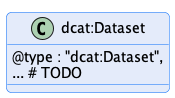
Before: catalog/message/diagram/dataset.png, a diagram exported from PlantUML (International-Data-Spaces-Association/ids-specification).
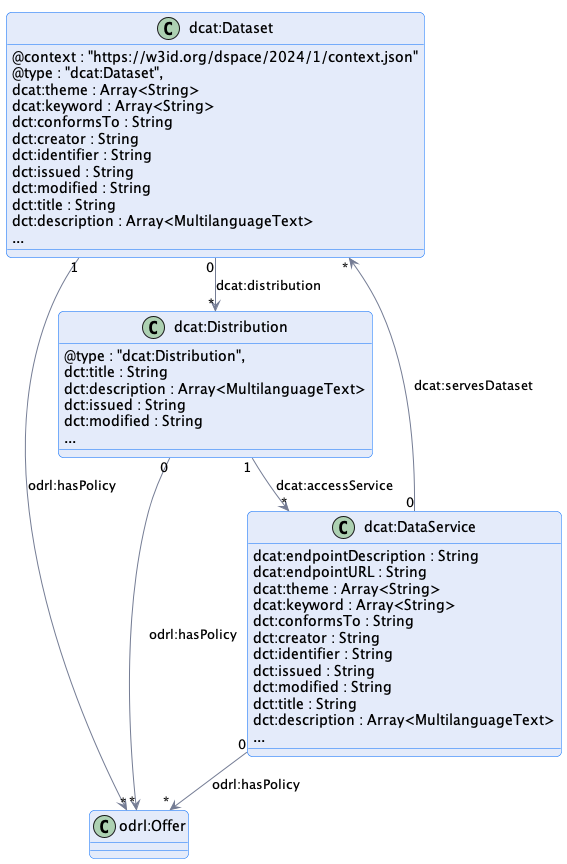
After the change.

Diff of the diagram source:
```diff
@@ -5,10 +5,56 @@
 
 hide empty description
 
-
 class dcat:Dataset {
+    @context : "https://w3id.org/dspace/2024/1/context.json"
     @type : "dcat:Dataset",
-    ... # TODO
+    dcat:theme : Array<String>
+    dcat:keyword : Array<String>
+    dct:conformsTo : String
+    dct:creator : String
+    dct:identifier : String
+    dct:issued : String
+    dct:modified : String
+    dct:title : String
+    dct:description : Array<MultilanguageText>
+    ...
 }
 
+class dcat:Distribution {
+    @type : "dcat:Distribution",
+    dct:title : String
+    dct:description : Array<MultilanguageText>
+    dct:issued : String
+    dct:modified : String
+    ...
+}
+
+"dcat:Distribution" "0" --> "*" "odrl:Offer" : "odrl:hasPolicy"
+
+"dcat:Distribution" "1" --> "*" "dcat:DataService" : "dcat:accessService"
+
+"dcat:Dataset" "1" --> "*" "odrl:Offer" : "odrl:hasPolicy"
+
+"dcat:Dataset" "0" --> "*" "dcat:Distribution" : "dcat:distribution"
+
+
+class dcat:DataService {
+    dcat:endpointDescription : String
+    dcat:endpointURL : String
+    dcat:theme : Array<String>
+    dcat:keyword : Array<String>
+    dct:conformsTo : String
+    dct:creator : String
+    dct:identifier : String
+    dct:issued : String
+    dct:modified : String
+    dct:title : String
+    dct:description : Array<MultilanguageText>
+    ...
+}
+
+"dcat:DataService" "0" --> "*" "dcat:Dataset" : "dcat:servesDataset"
+
+"dcat:DataService" "0" --> "*" "odrl:Offer" : "odrl:hasPolicy"
+
 @enduml
```
